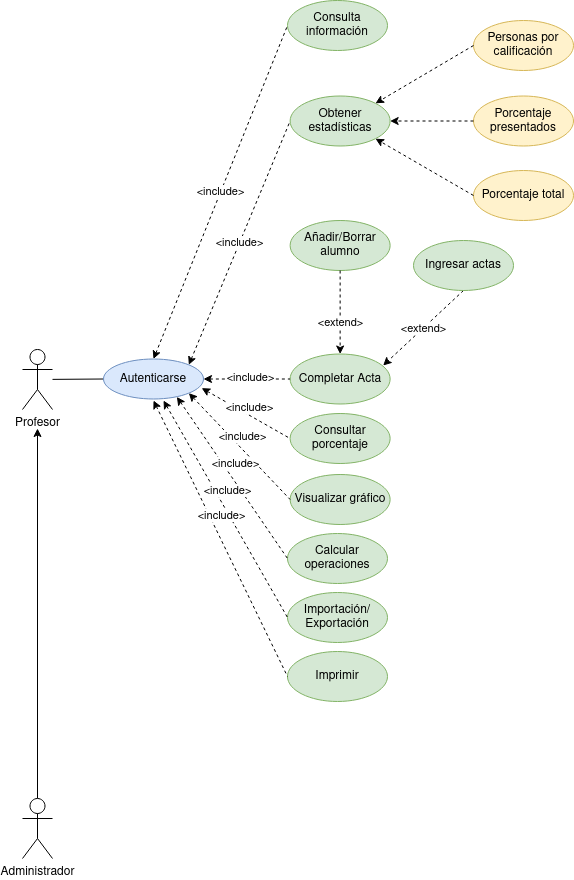
Before: Tareas/casosUso/Tarea6-Gestión Profesores/img/GestionProfesores.drawio.png, a diagram exported from draw.io (colidom/ets). Source tidied: cells renumbered, new cells last; positions are measured from the earlier drawing's top-left corner, leaving out a move shared by most shapes.
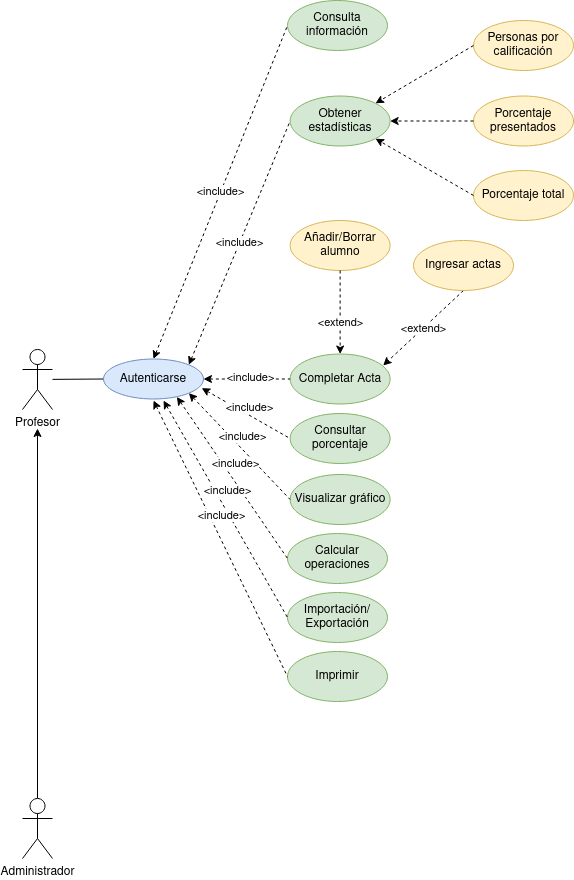
After the change.

Diff of the diagram source:
```diff
@@ -19,13 +19,13 @@
     <mxCell id="6" value="Completar Acta" style="ellipse;whiteSpace=wrap;html=1;fillColor=#d5e8d4;strokeColor=#82b366;" parent="1" vertex="1">
       <mxGeometry x="267.6" y="353.5" width="100" height="50" as="geometry" />
     </mxCell>
-    <mxCell id="7" value="Añadir/Borrar alumno" style="ellipse;whiteSpace=wrap;html=1;fillColor=#d5e8d4;strokeColor=#82b366;" parent="1" vertex="1">
+    <mxCell id="7" value="Añadir/Borrar alumno" style="ellipse;whiteSpace=wrap;html=1;fillColor=#fff2cc;strokeColor=#d6b656;" parent="1" vertex="1">
       <mxGeometry x="267.6" y="220" width="100" height="50" as="geometry" />
     </mxCell>
     <mxCell id="8" value="&amp;lt;extend&amp;gt;" style="edgeStyle=none;rounded=0;jettySize=auto;html=1;dashed=1;startArrow=none;startFill=0;endArrow=classic;endFill=1;entryX=0.93;entryY=0.23;entryDx=0;entryDy=0;entryPerimeter=0;exitX=0.5;exitY=1;exitDx=0;exitDy=0;" parent="1" edge="1" source="9" target="6">
       <mxGeometry relative="1" as="geometry" />
     </mxCell>
-    <mxCell id="9" value="Ingresar actas" style="ellipse;whiteSpace=wrap;html=1;fillColor=#d5e8d4;strokeColor=#82b366;" parent="1" vertex="1">
+    <mxCell id="9" value="Ingresar actas" style="ellipse;whiteSpace=wrap;html=1;fillColor=#fff2cc;strokeColor=#d6b656;" parent="1" vertex="1">
       <mxGeometry x="391" y="240" width="100" height="50" as="geometry" />
     </mxCell>
     <mxCell id="10" value="Autenticarse" style="ellipse;whiteSpace=wrap;html=1;fillColor=#dae8fc;strokeColor=#6c8ebf;" parent="1" vertex="1">
```
